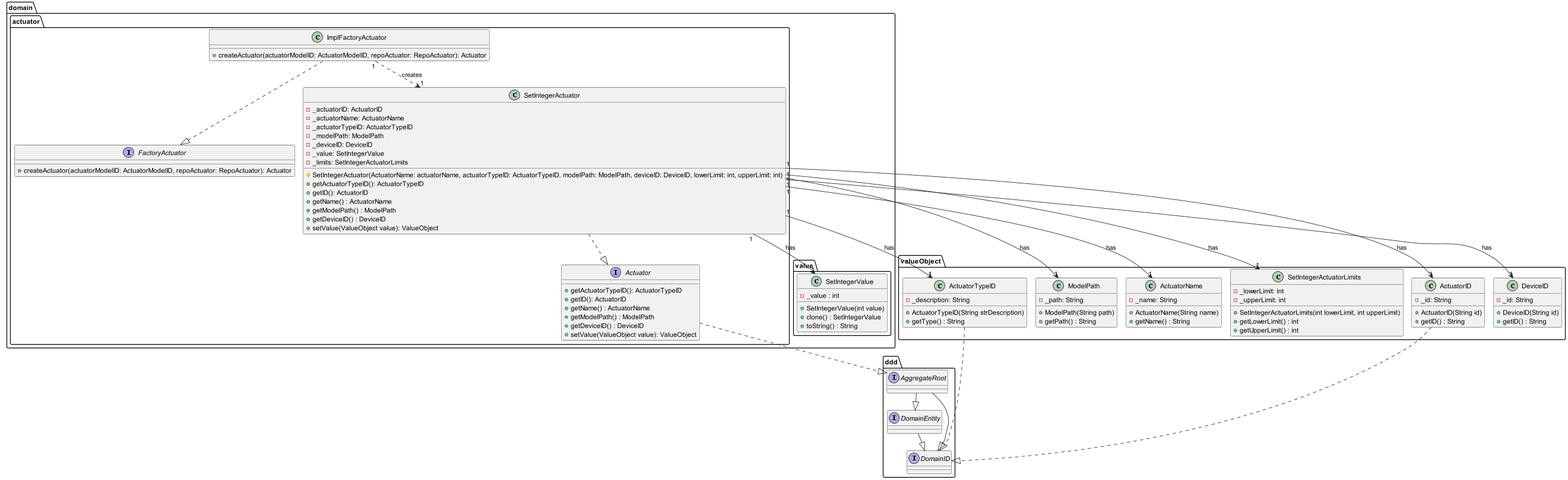
This is docs/userStories/us15/artifacts/US15CD.png from olivDiogo/SmartHome, a PlantUML export, as it was before one commit. Its diagram source:
```plantuml
@startuml
!pragma layout smetana

package domain.actuator {
    interface Actuator {
        + getActuatorTypeID(): ActuatorTypeID
                + getID(): ActuatorID
                + getName() : ActuatorName
                + getModelPath() : ModelPath
                + getDeviceID() : DeviceID
                + setValue(ValueObject value): ValueObject
    }
    interface FactoryActuator {
        + createActuator(actuatorModelID: ActuatorModelID, repoActuator: RepoActuator): Actuator
    }
    class ImplFactoryActuator {
        + createActuator(actuatorModelID: ActuatorModelID, repoActuator: RepoActuator): Actuator
    }

    class SetIntegerActuator {
        - _actuatorID: ActuatorID
        - _actuatorName: ActuatorName
        - _actuatorTypeID: ActuatorTypeID
        - _modelPath: ModelPath
        - _deviceID: DeviceID
        - _value: SetIntegerValue
        - _limits: SetIntegerActuatorLimits
        # SetIntegerActuator(ActuatorName: actuatorName, actuatorTypeID: ActuatorTypeID, modelPath: ModelPath, deviceID: DeviceID, lowerLimit: int, upperLimit: int)
        + getActuatorTypeID(): ActuatorTypeID
        + getID(): ActuatorID
        + getName() : ActuatorName
        + getModelPath() : ModelPath
        + getDeviceID() : DeviceID
        + setValue(ValueObject value): ValueObject
    }
}

package domain.value {
  class SetIntegerValue {
    - _value : int
    + SetIntegerValue(int value)
    + clone() : SetIntegerValue
    + toString() : String
  }
}

package valueObject {
    class ActuatorTypeID {
        - _description: String
        + ActuatorTypeID(String strDescription)
        + getType() : String
    }

    class ModelPath {
        - _path: String
        + ModelPath(String path)
        + getPath() : String
    }

    class ActuatorName {
        - _name: String
        + ActuatorName(String name)
        + getName() : String
    }

    class SetIntegerActuatorLimits {
        - _lowerLimit: int
        - _upperLimit: int
        + SetIntegerActuatorLimits(int lowerLimit, int upperLimit)
        + getLowerLimit() : int
        + getUpperLimit() : int
    }

    class ActuatorID {
        - _id: String
        + ActuatorID(String id)
        + getID() : String
    }

    class DeviceID {
        - _id: String
        + DeviceID(String id)
        + getID() : String
    }
}

package ddd {

  interface DomainEntity {
  }

  interface DomainID {
  }

  interface AggregateRoot {
  }
}

ImplFactoryActuator ..|> FactoryActuator
ImplFactoryActuator "1" ..> "1" SetIntegerActuator : creates

SetIntegerActuator ..|> Actuator
SetIntegerActuator "1" --> "1" SetIntegerValue : has
SetIntegerActuator "1" -->  "1" ActuatorTypeID : has
SetIntegerActuator "1" -->  "1" ModelPath : has
SetIntegerActuator "1" -->  "1" ActuatorName : has
SetIntegerActuator "1" -->  "1" SetIntegerActuatorLimits : has
SetIntegerActuator "1" -->  "1" ActuatorID : has
SetIntegerActuator "1" -->  "1" DeviceID : has

DomainEntity --|> DomainID
AggregateRoot --|> DomainEntity
AggregateRoot --|> DomainID

Actuator ..|> ddd.AggregateRoot

ActuatorTypeID ..|> ddd.DomainID
ActuatorID ..|> ddd.DomainID

@enduml
```
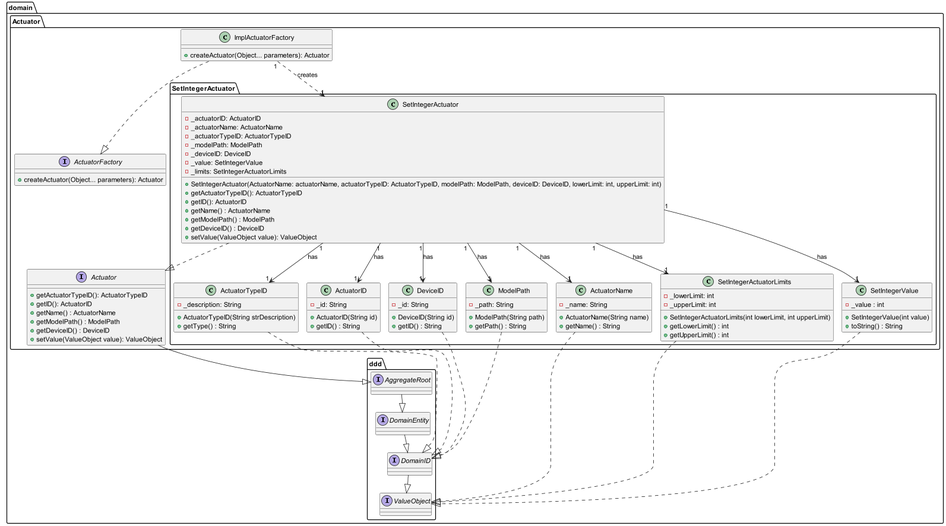
The same diagram one commit later.

Commit message:
#262 refactor: added validation for ActuatorTypeID in class SetIntegerActuator and edited respective tests. Edited class diagram. Created package SetIntegerActuator inside package Actuator.

What changed in the source:
```diff
@@ -1,7 +1,7 @@
 @startuml
 !pragma layout smetana
 
-package domain.actuator {
+package domain.Actuator {
     interface Actuator {
         + getActuatorTypeID(): ActuatorTypeID
                 + getID(): ActuatorID
@@ -10,13 +10,14 @@
                 + getDeviceID() : DeviceID
                 + setValue(ValueObject value): ValueObject
     }
-    interface FactoryActuator {
-        + createActuator(actuatorModelID: ActuatorModelID, repoActuator: RepoActuator): Actuator
+    interface ActuatorFactory {
+        + createActuator(Object... parameters): Actuator
     }
-    class ImplFactoryActuator {
-        + createActuator(actuatorModelID: ActuatorModelID, repoActuator: RepoActuator): Actuator
+    class ImplActuatorFactory {
+        + createActuator(Object... parameters): Actuator
     }
-
+}
+package domain.Actuator.SetIntegerActuator {
     class SetIntegerActuator {
         - _actuatorID: ActuatorID
         - _actuatorName: ActuatorName
@@ -25,7 +26,7 @@
         - _deviceID: DeviceID
         - _value: SetIntegerValue
         - _limits: SetIntegerActuatorLimits
-        # SetIntegerActuator(ActuatorName: actuatorName, actuatorTypeID: ActuatorTypeID, modelPath: ModelPath, deviceID: DeviceID, lowerLimit: int, upperLimit: int)
+        + SetIntegerActuator(ActuatorName: actuatorName, actuatorTypeID: ActuatorTypeID, modelPath: ModelPath, deviceID: DeviceID, lowerLimit: int, upperLimit: int)
         + getActuatorTypeID(): ActuatorTypeID
         + getID(): ActuatorID
         + getName() : ActuatorName
@@ -33,58 +34,53 @@
         + getDeviceID() : DeviceID
         + setValue(ValueObject value): ValueObject
     }
-}
 
-package domain.value {
-  class SetIntegerValue {
-    - _value : int
-    + SetIntegerValue(int value)
-    + clone() : SetIntegerValue
-    + toString() : String
-  }
-}
-
-package valueObject {
     class ActuatorTypeID {
-        - _description: String
-        + ActuatorTypeID(String strDescription)
-        + getType() : String
+            - _description: String
+            + ActuatorTypeID(String strDescription)
+            + getType() : String
     }
 
     class ModelPath {
-        - _path: String
-        + ModelPath(String path)
-        + getPath() : String
+            - _path: String
+            + ModelPath(String path)
+            + getPath() : String
     }
 
     class ActuatorName {
-        - _name: String
-        + ActuatorName(String name)
-        + getName() : String
+            - _name: String
+            + ActuatorName(String name)
+            + getName() : String
     }
 
     class SetIntegerActuatorLimits {
-        - _lowerLimit: int
-        - _upperLimit: int
-        + SetIntegerActuatorLimits(int lowerLimit, int upperLimit)
-        + getLowerLimit() : int
-        + getUpperLimit() : int
+            - _lowerLimit: int
+            - _upperLimit: int
+            + SetIntegerActuatorLimits(int lowerLimit, int upperLimit)
+            + getLowerLimit() : int
+            + getUpperLimit() : int
     }
 
     class ActuatorID {
-        - _id: String
-        + ActuatorID(String id)
-        + getID() : String
+            - _id: String
+            + ActuatorID(String id)
+            + getID() : String
     }
 
     class DeviceID {
-        - _id: String
-        + DeviceID(String id)
-        + getID() : String
+            - _id: String
+            + DeviceID(String id)
+            + getID() : String
+    }
+
+    class SetIntegerValue {
+            - _value : int
+            + SetIntegerValue(int value)
+            + toString() : String
     }
 }
 
-package ddd {
+package domain.ddd {
 
   interface DomainEntity {
   }
@@ -94,27 +90,37 @@
 
   interface AggregateRoot {
   }
+
+  interface ValueObject {
+  }
 }
 
-ImplFactoryActuator ..|> FactoryActuator
-ImplFactoryActuator "1" ..> "1" SetIntegerActuator : creates
+ImplActuatorFactory ..|> ActuatorFactory
+ImplActuatorFactory "1" ..> "1" domain.Actuator.SetIntegerActuator.SetIntegerActuator : creates
 
-SetIntegerActuator ..|> Actuator
-SetIntegerActuator "1" --> "1" SetIntegerValue : has
-SetIntegerActuator "1" -->  "1" ActuatorTypeID : has
-SetIntegerActuator "1" -->  "1" ModelPath : has
-SetIntegerActuator "1" -->  "1" ActuatorName : has
-SetIntegerActuator "1" -->  "1" SetIntegerActuatorLimits : has
-SetIntegerActuator "1" -->  "1" ActuatorID : has
-SetIntegerActuator "1" -->  "1" DeviceID : has
+domain.Actuator.SetIntegerActuator.SetIntegerActuator ..|> domain.Actuator.Actuator
+domain.Actuator.SetIntegerActuator.SetIntegerActuator "1" --> "1" SetIntegerValue : has
+domain.Actuator.SetIntegerActuator.SetIntegerActuator "1" -->  "1" ActuatorTypeID : has
+domain.Actuator.SetIntegerActuator.SetIntegerActuator "1" -->  "1" ModelPath : has
+domain.Actuator.SetIntegerActuator.SetIntegerActuator "1" -->  "1" ActuatorName : has
+domain.Actuator.SetIntegerActuator.SetIntegerActuator "1" -->  "1" SetIntegerActuatorLimits : has
+domain.Actuator.SetIntegerActuator.SetIntegerActuator "1" -->  "1" ActuatorID : has
+domain.Actuator.SetIntegerActuator.SetIntegerActuator "1" -->  "1" DeviceID : has
 
 DomainEntity --|> DomainID
 AggregateRoot --|> DomainEntity
-AggregateRoot --|> DomainID
+DomainID --|> ValueObject
 
-Actuator ..|> ddd.AggregateRoot
+domain.Actuator.Actuator --|> domain.ddd.AggregateRoot
 
-ActuatorTypeID ..|> ddd.DomainID
-ActuatorID ..|> ddd.DomainID
+ActuatorTypeID ..|> domain.ddd.DomainID
+ActuatorID ..|> domain.ddd.DomainID
+DeviceID ..|> domain.ddd.DomainID
+ModelPath ..|> domain.ddd.DomainID
+
+SetIntegerValue ..|> domain.ddd.ValueObject
+SetIntegerActuatorLimits ..|> domain.ddd.ValueObject
+ActuatorName ..|> domain.ddd.ValueObject
+
 
 @enduml
```
